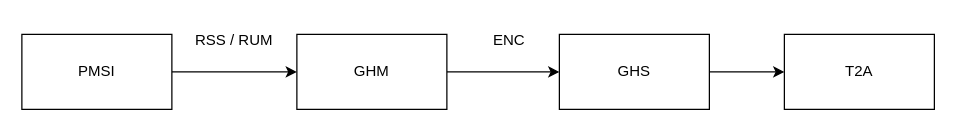
This is page "Page-1" (1 of 2) of PMSI vers GHS.drawio from eriam/Diagrammes, a draw.io file, before an edit. Source tidied: cells renumbered, new cells numbered last; positions are measured from the earlier drawing's top-left corner, leaving out a move shared by most shapes. Both pictures are drawn from the tidied source at 125%, with x=0, y=0 at pixel (21, 21).
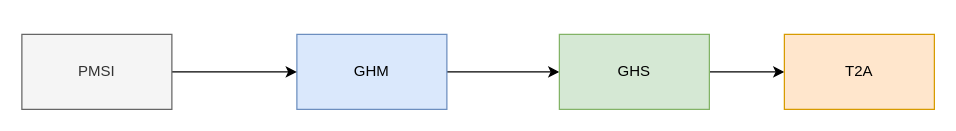
The same diagram, later.

Commit message:
Mettre à jour PMSI vers GHS.drawio

Diff of the diagram source:
```diff
@@
 <mxGraphModel>
   <root>
     <mxCell id="0" />
     <mxCell id="1" parent="0" />
     <mxCell id="2" style="edgeStyle=orthogonalEdgeStyle;rounded=0;jettySize=auto;html=1;entryX=0;entryY=0.5;entryDx=0;entryDy=0;" parent="1" edge="1" source="3" target="5">
       <mxGeometry relative="1" as="geometry" />
     </mxCell>
-    <mxCell id="3" value="GHM" style="rounded=0;whiteSpace=wrap;html=1;" parent="1" vertex="1">
+    <mxCell id="3" value="GHM" style="rounded=0;whiteSpace=wrap;html=1;fillColor=#dae8fc;strokeColor=#6c8ebf;" parent="1" vertex="1">
       <mxGeometry x="220" y="10" width="120" height="60" as="geometry" />
     </mxCell>
     <mxCell id="4" style="edgeStyle=orthogonalEdgeStyle;rounded=0;jettySize=auto;html=1;entryX=0;entryY=0.5;entryDx=0;entryDy=0;" parent="1" edge="1" source="5" target="10">
       <mxGeometry relative="1" as="geometry" />
     </mxCell>
-    <mxCell id="5" value="GHS" style="rounded=0;whiteSpace=wrap;html=1;" parent="1" vertex="1">
+    <mxCell id="5" value="GHS" style="rounded=0;whiteSpace=wrap;html=1;fillColor=#d5e8d4;strokeColor=#82b366;" parent="1" vertex="1">
       <mxGeometry x="430" y="10" width="120" height="60" as="geometry" />
     </mxCell>
     <mxCell id="6" style="edgeStyle=orthogonalEdgeStyle;rounded=0;jettySize=auto;html=1;" parent="1" edge="1" source="7" target="3">
       <mxGeometry relative="1" as="geometry" />
     </mxCell>
-    <mxCell id="7" value="PMSI" style="rounded=0;whiteSpace=wrap;html=1;" parent="1" vertex="1">
+    <mxCell id="7" value="PMSI" style="rounded=0;whiteSpace=wrap;html=1;fillColor=#f5f5f5;fontColor=#333333;strokeColor=#666666;" parent="1" vertex="1">
       <mxGeometry y="10" width="120" height="60" as="geometry" />
     </mxCell>
-    <mxCell id="8" value="RSS / RUM" style="text;html=1;strokeColor=none;fillColor=none;align=center;verticalAlign=middle;whiteSpace=wrap;rounded=0;" parent="1" vertex="1">
-      <mxGeometry x="130" width="80" height="30" as="geometry" />
-    </mxCell>
-    <mxCell id="9" value="ENC " style="text;html=1;strokeColor=none;fillColor=none;align=center;verticalAlign=middle;whiteSpace=wrap;rounded=0;" parent="1" vertex="1">
-      <mxGeometry x="350" width="80" height="30" as="geometry" />
-    </mxCell>
-    <mxCell id="10" value="T2A" style="rounded=0;whiteSpace=wrap;html=1;" parent="1" vertex="1">
+    <mxCell id="10" value="T2A" style="rounded=0;whiteSpace=wrap;html=1;fillColor=#ffe6cc;strokeColor=#d79b00;" parent="1" vertex="1">
       <mxGeometry x="610" y="10" width="120" height="60" as="geometry" />
     </mxCell>
   </root>
 </mxGraphModel>
```
